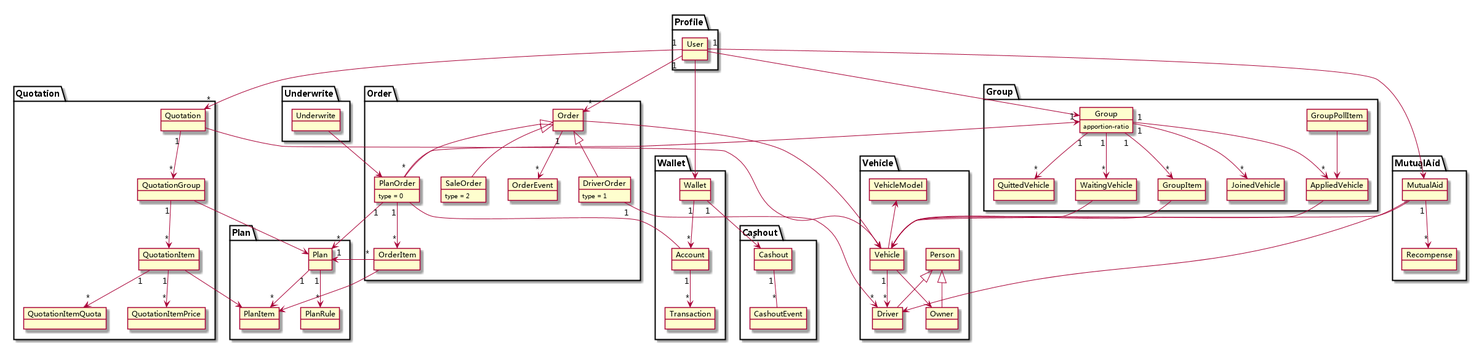
The PlantUML diagram img/models.png in titan/hive-mockserver, before a commit.
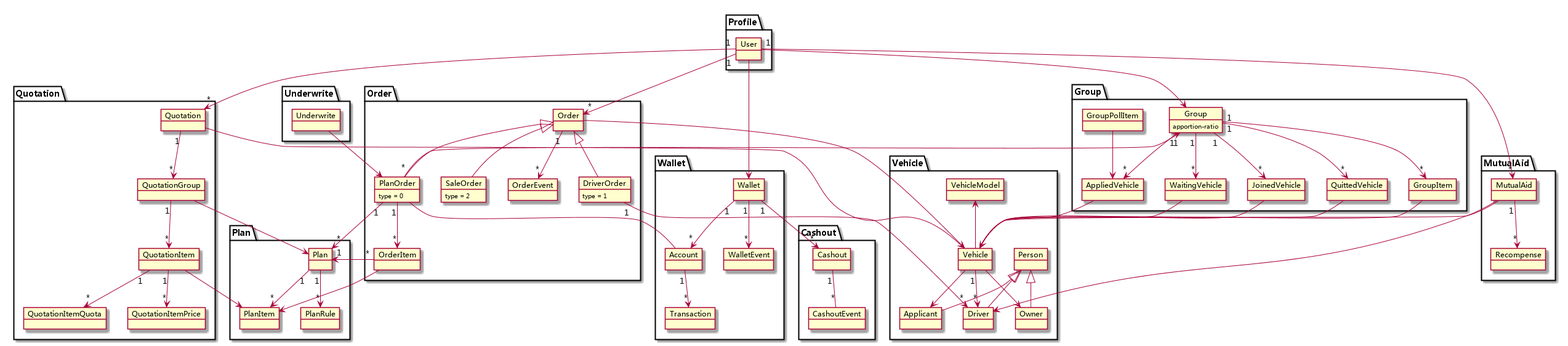
The same diagram one commit later.

Diff of the diagram source:
```diff
@@ -22,6 +22,7 @@
   object Person
   object Driver
   object Owner
+  object Applicant
   object Vehicle
   object VehicleModel
 }
@@ -33,6 +34,7 @@
   object Wallet
   object Transaction
   object Account
+  object WalletEvent
 }
 package Order {
   object Order
@@ -87,6 +89,8 @@
 GroupPollItem --> AppliedVehicle
 WaitingVehicle - Vehicle
 AppliedVehicle - Vehicle
+JoinedVehicle - Vehicle
+QuittedVehicle - Vehicle
 
 PlanOrder "1" --> "*" Plan
 OrderItem "*" --> "1" Plan
@@ -101,11 +105,14 @@
 
 Person <|-- Driver
 Person <|-- Owner
+Person <|-- Applicant
 VehicleModel <-- Vehicle
 Vehicle "1" --> "*" Driver
 Vehicle --> Owner
+Vehicle --> Applicant
 
 Wallet "1" --> "*" Account
+Wallet "1" --> "*" WalletEvent
 Account "1" --> "*" Transaction
 Wallet "1" -> "*" Cashout
 
```
